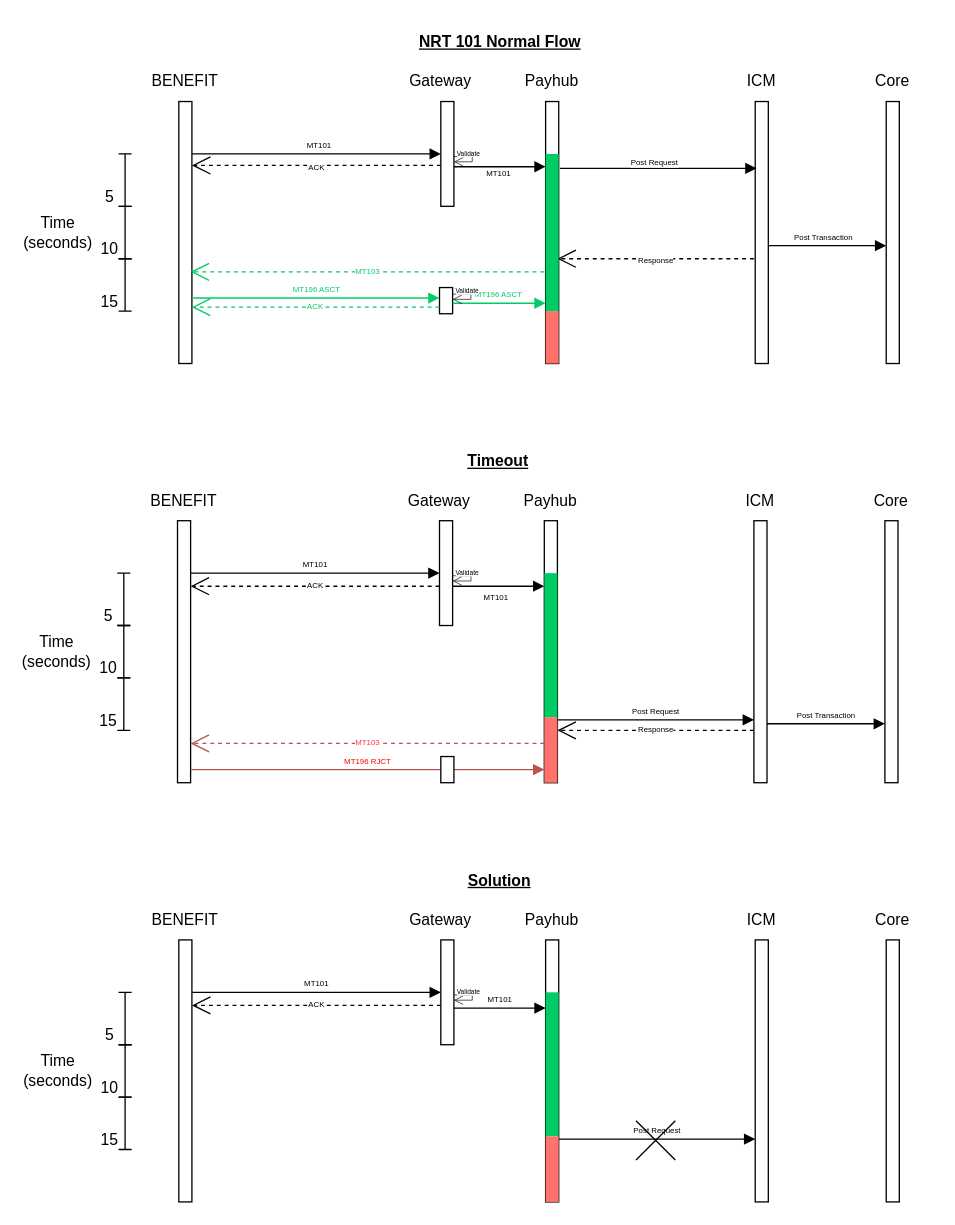
zakk616/avanza-UMLs keeps this draw.io diagram as page "MT101-NRT" (3 of 4) of AspireMain.drawio. Above is the earlier version. Source tidied: cells renumbered, new cells numbered last; positions are measured from the earlier drawing's top-left corner, leaving out a move shared by most shapes. Both pictures are drawn from the tidied source at 131%, with x=0, y=0 at pixel (30, 22).
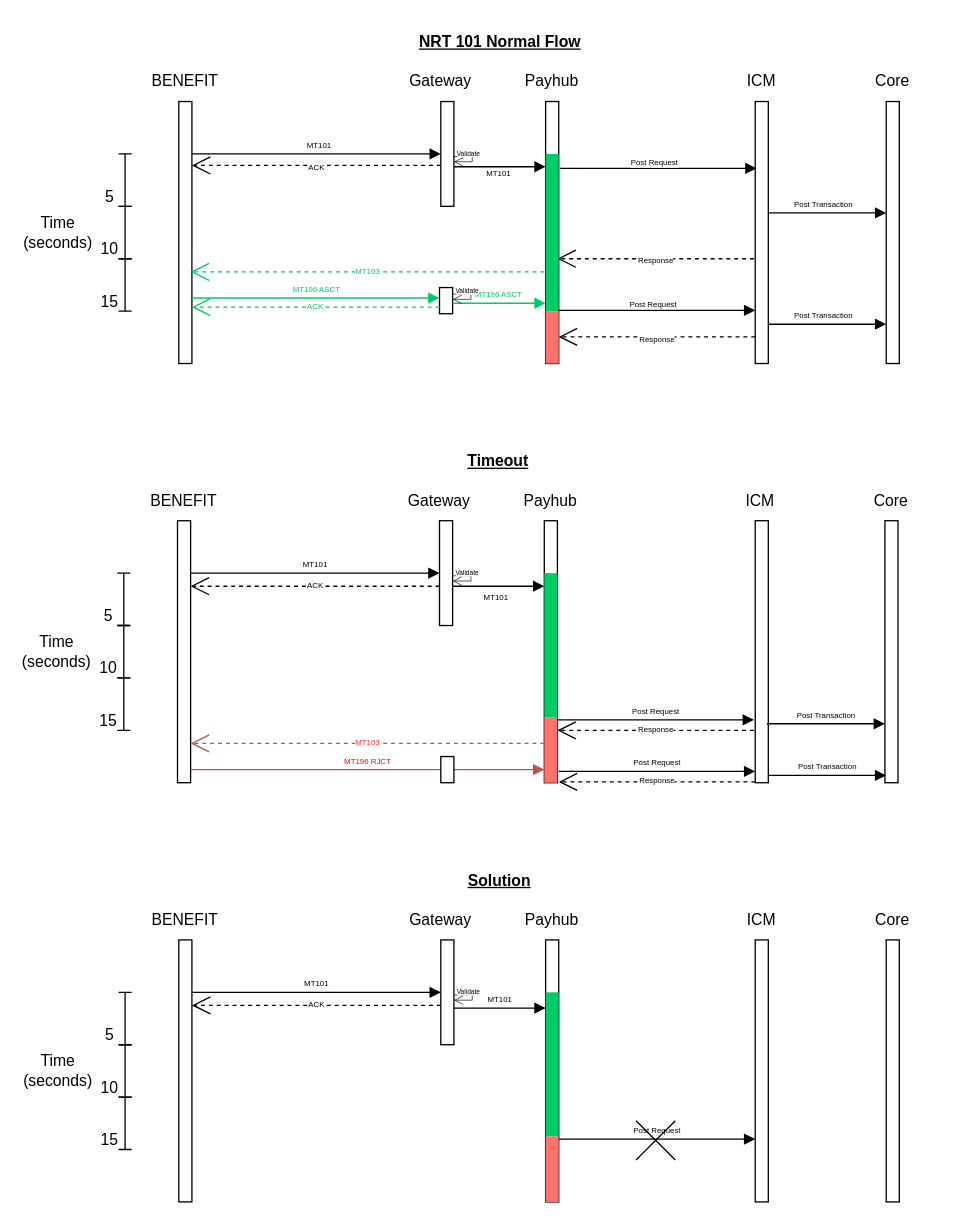
After the change.

The edit, as a diff of the source:
```diff
@@
     <mxCell id="15" style="html=1;verticalAlign=bottom;endArrow=block;curved=0;rounded=0;" parent="1" edge="1">
       <mxGeometry relative="1" as="geometry">
-        <mxPoint x="563" y="170" as="sourcePoint" />
-        <mxPoint x="653" y="170" as="targetPoint" />
+        <mxPoint x="563" y="145" as="sourcePoint" />
+        <mxPoint x="653" y="145" as="targetPoint" />
       </mxGeometry>
     </mxCell>
@@
     <mxCell id="35" style="html=1;perimeter=orthogonalPerimeter;targetShapes=umlLifeline;newEdgeStyle={&quot;curved&quot;:0,&quot;rounded&quot;:0};" parent="1" vertex="1">
-      <mxGeometry x="552" y="380" width="10" height="200" as="geometry" />
+      <mxGeometry x="553" y="380" width="10" height="200" as="geometry" />
     </mxCell>
@@
+    <mxCell id="99" style="html=1;verticalAlign=bottom;endArrow=block;curved=0;rounded=0;" parent="1" edge="1">
+      <mxGeometry relative="1" as="geometry">
+        <mxPoint x="403" y="219.4" as="sourcePoint" />
+        <mxPoint x="553" y="219.4" as="targetPoint" />
+      </mxGeometry>
+    </mxCell>
+    <mxCell id="100" value="Post Request" style="edgeLabel;html=1;align=center;verticalAlign=middle;fontSize=6;" parent="99" vertex="1">
+      <mxGeometry x="-0.05" y="-1" relative="1" as="geometry">
+        <mxPoint y="-6" as="offset" />
+      </mxGeometry>
+    </mxCell>
+    <mxCell id="101" value="&lt;font style=&quot;font-size: 6px;&quot;&gt;Response&lt;/font&gt;" style="endArrow=open;endSize=12;dashed=1;html=1;rounded=0;" parent="1" edge="1">
+      <mxGeometry relative="1" as="geometry">
+        <mxPoint x="553" y="239.7" as="sourcePoint" />
+        <mxPoint x="403" y="239.7" as="targetPoint" />
+      </mxGeometry>
+    </mxCell>
+    <mxCell id="102" style="html=1;verticalAlign=bottom;endArrow=block;curved=0;rounded=0;" parent="1" edge="1">
+      <mxGeometry relative="1" as="geometry">
+        <mxPoint x="563" y="230" as="sourcePoint" />
+        <mxPoint x="653" y="230" as="targetPoint" />
+      </mxGeometry>
+    </mxCell>
+    <mxCell id="103" value="Post Transaction" style="edgeLabel;html=1;align=center;verticalAlign=middle;fontSize=6;" parent="102" vertex="1">
+      <mxGeometry x="-0.15" y="2" relative="1" as="geometry">
+        <mxPoint x="3" y="-5" as="offset" />
+      </mxGeometry>
+    </mxCell>
+    <mxCell id="104" value="Post Request" style="html=1;verticalAlign=bottom;endArrow=block;curved=0;rounded=0;fontSize=6;" parent="1" edge="1">
+      <mxGeometry relative="1" as="geometry">
+        <mxPoint x="403" y="571.4" as="sourcePoint" />
+        <mxPoint x="553" y="571.4" as="targetPoint" />
+      </mxGeometry>
+    </mxCell>
+    <mxCell id="105" value="Response" style="endArrow=open;endSize=12;dashed=1;html=1;rounded=0;fontSize=6;" parent="1" edge="1">
+      <mxGeometry relative="1" as="geometry">
+        <mxPoint x="553" y="579.4" as="sourcePoint" />
+        <mxPoint x="403" y="579.4" as="targetPoint" />
+      </mxGeometry>
+    </mxCell>
+    <mxCell id="106" value="Post Transaction" style="html=1;verticalAlign=bottom;endArrow=block;curved=0;rounded=0;fontSize=6;" parent="1" edge="1">
+      <mxGeometry relative="1" as="geometry">
+        <mxPoint x="563" y="574.4" as="sourcePoint" />
+        <mxPoint x="653" y="574.4" as="targetPoint" />
+      </mxGeometry>
+    </mxCell>
```
